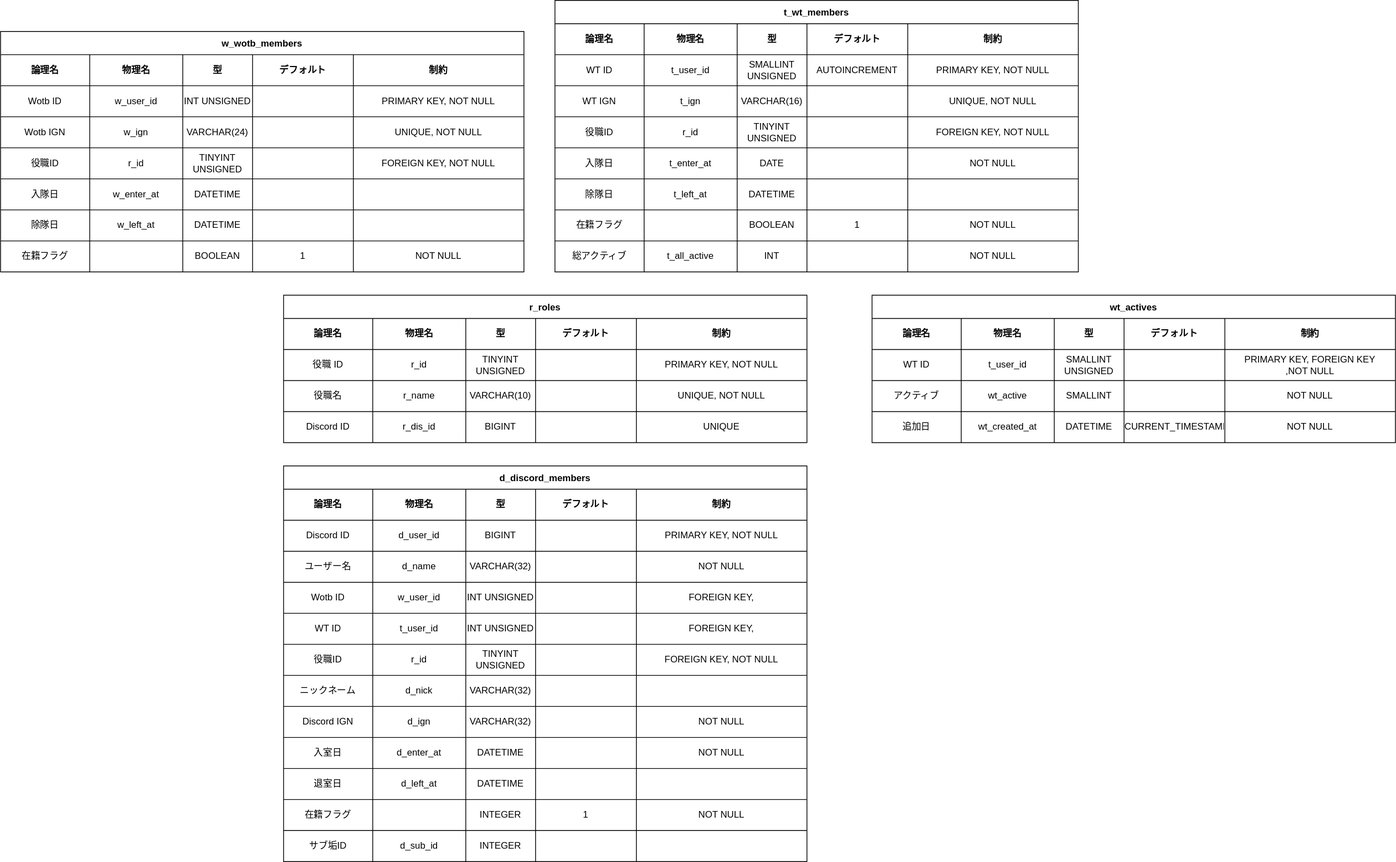
Before: doc/DB-Butsuri.drawio.svg, a diagram exported from draw.io (otazero/ClanManagementDiscordBot). Source tidied: cells renumbered, new cells last; positions are measured from the earlier drawing's top-left corner, leaving out a move shared by most shapes.
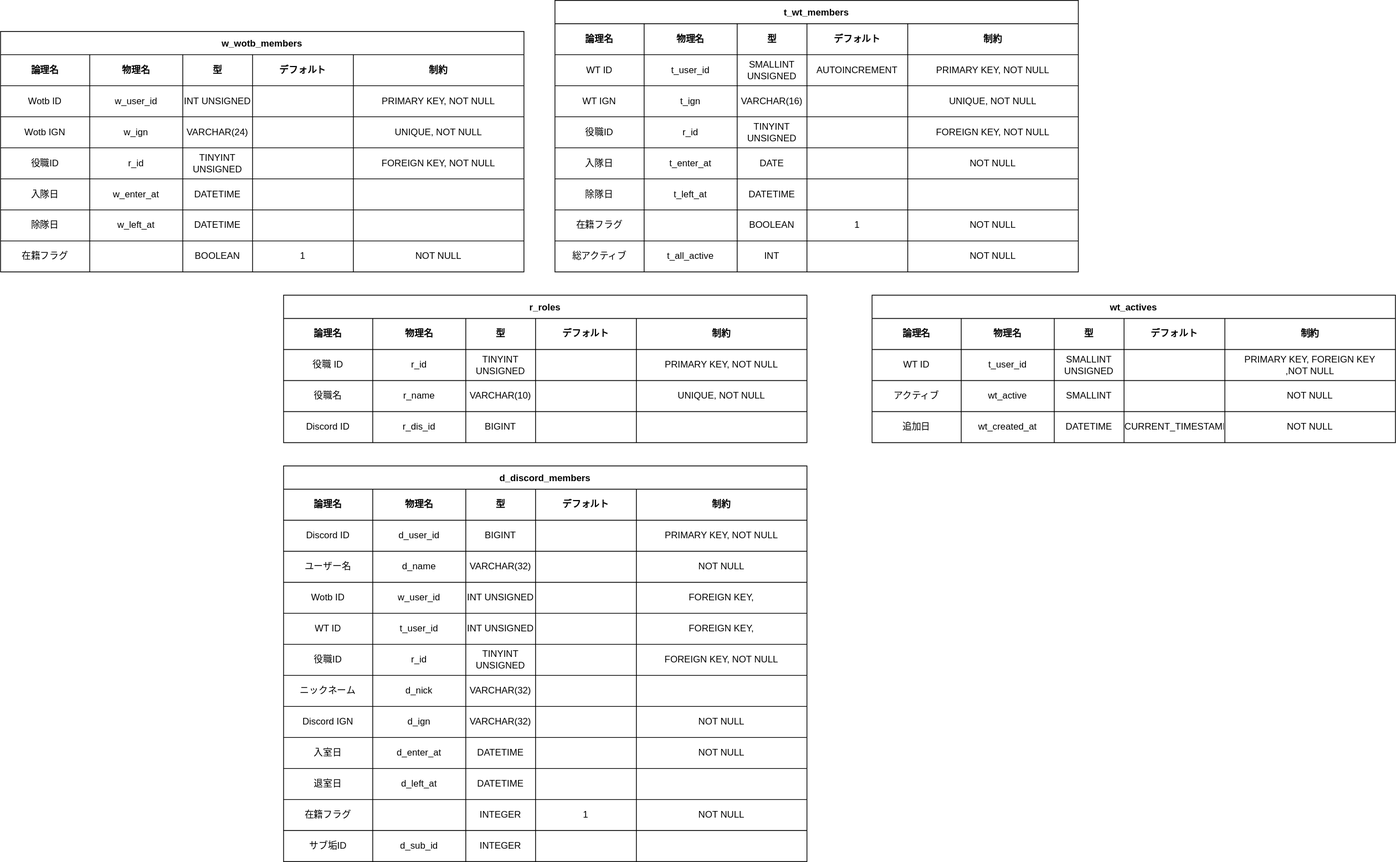
After the commit.

Commit message:
ロールIDのUNIQUE制約削除

Change to the diagram source:
```diff
@@ -365,7 +365,7 @@
     <mxCell id="122" style="shape=partialRectangle;html=1;whiteSpace=wrap;fillColor=none;top=0;left=0;bottom=0;right=0;overflow=hidden;" parent="118" vertex="1">
       <mxGeometry x="325" width="130" height="40" as="geometry" />
     </mxCell>
-    <mxCell id="123" value="UNIQUE" style="shape=partialRectangle;html=1;whiteSpace=wrap;fillColor=none;top=0;left=0;bottom=0;right=0;overflow=hidden;" parent="118" vertex="1">
+    <mxCell id="123" style="shape=partialRectangle;html=1;whiteSpace=wrap;fillColor=none;top=0;left=0;bottom=0;right=0;overflow=hidden;" parent="118" vertex="1">
       <mxGeometry x="455" width="220" height="40" as="geometry" />
     </mxCell>
     <mxCell id="124" value="d_discord_members" style="shape=table;startSize=30;fontStyle=1;align=center;" parent="1" vertex="1">
```
